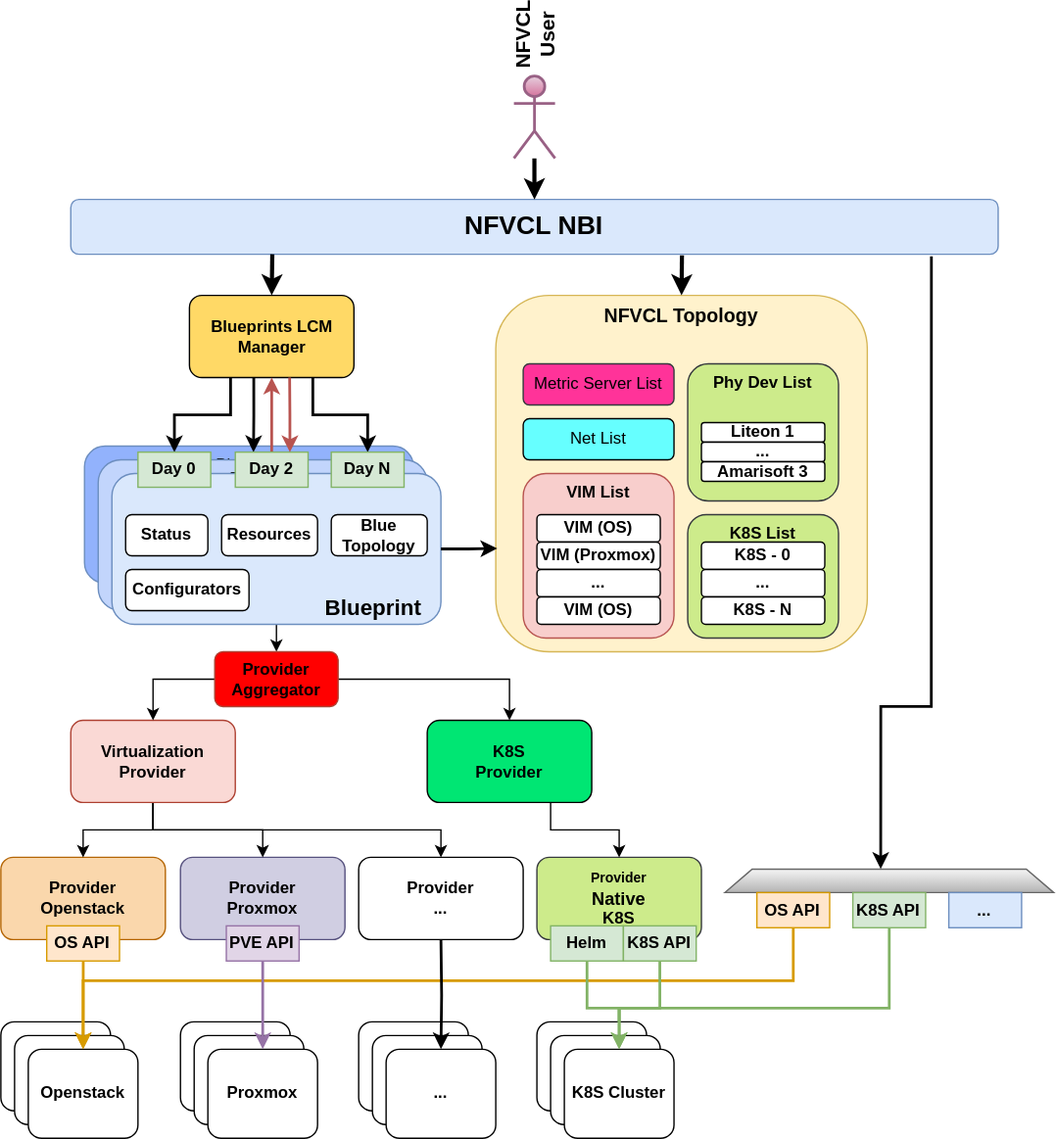
The draw.io diagram docs/images/NVFCL-diagrams-General-Scheme.drawio.svg in s2n-cnit/nfvcl-ng, before a commit. Source tidied: cells renumbered, new cells last; positions are measured from the earlier drawing's top-left corner, leaving out a move shared by most shapes.
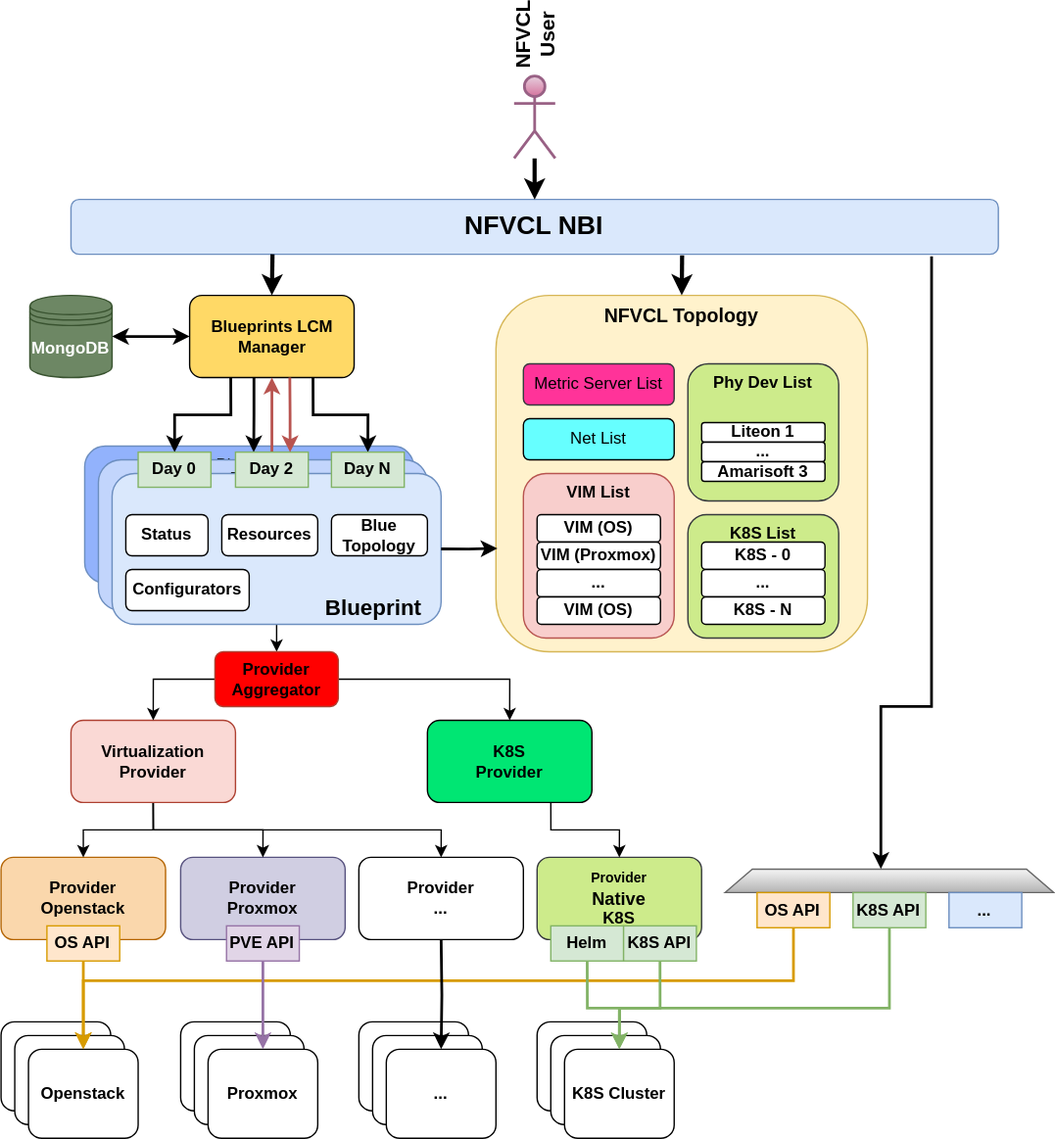
The same file after the commit.

Commit message:
docs(Topology-Blueprint): Documentation improvement

What changed in the source:
```diff
@@ -38,6 +38,9 @@
     <mxCell id="13" style="edgeStyle=orthogonalEdgeStyle;rounded=0;jettySize=auto;html=1;exitX=0.75;exitY=1;exitDx=0;exitDy=0;entryX=0.5;entryY=0;entryDx=0;entryDy=0;strokeWidth=2;" parent="1" edge="1" source="14" target="66">
       <mxGeometry relative="1" as="geometry" />
     </mxCell>
+    <mxCell id="92" style="edgeStyle=orthogonalEdgeStyle;rounded=0;jettySize=auto;html=1;strokeWidth=2;startArrow=classic;startFill=1;" parent="1" edge="1" source="14" target="93">
+      <mxGeometry relative="1" as="geometry" />
+    </mxCell>
     <mxCell id="14" value="Blueprints LCM&lt;div&gt;Manager&lt;/div&gt;" style="rounded=1;whiteSpace=wrap;html=1;fontStyle=1;fillColor=#FFD966;" parent="1" vertex="1">
       <mxGeometry x="137.6" y="160" width="120" height="60" as="geometry" />
     </mxCell>
@@ -301,5 +304,8 @@
     <mxCell id="91" value="&lt;b&gt;Provider&lt;br&gt;Aggregator&lt;/b&gt;" style="rounded=1;whiteSpace=wrap;html=1;fillColor=#FF0000;strokeColor=#ae4132;" parent="1" vertex="1">
       <mxGeometry x="156" y="420" width="90" height="40" as="geometry" />
     </mxCell>
+    <mxCell id="93" value="&lt;b&gt;MongoDB&lt;/b&gt;" style="shape=datastore;whiteSpace=wrap;html=1;fillColor=#6d8764;strokeColor=#3A5431;fontColor=#ffffff;" parent="1" vertex="1">
+      <mxGeometry x="21" y="160" width="60" height="60" as="geometry" />
+    </mxCell>
   </root>
 </mxGraphModel>
```
